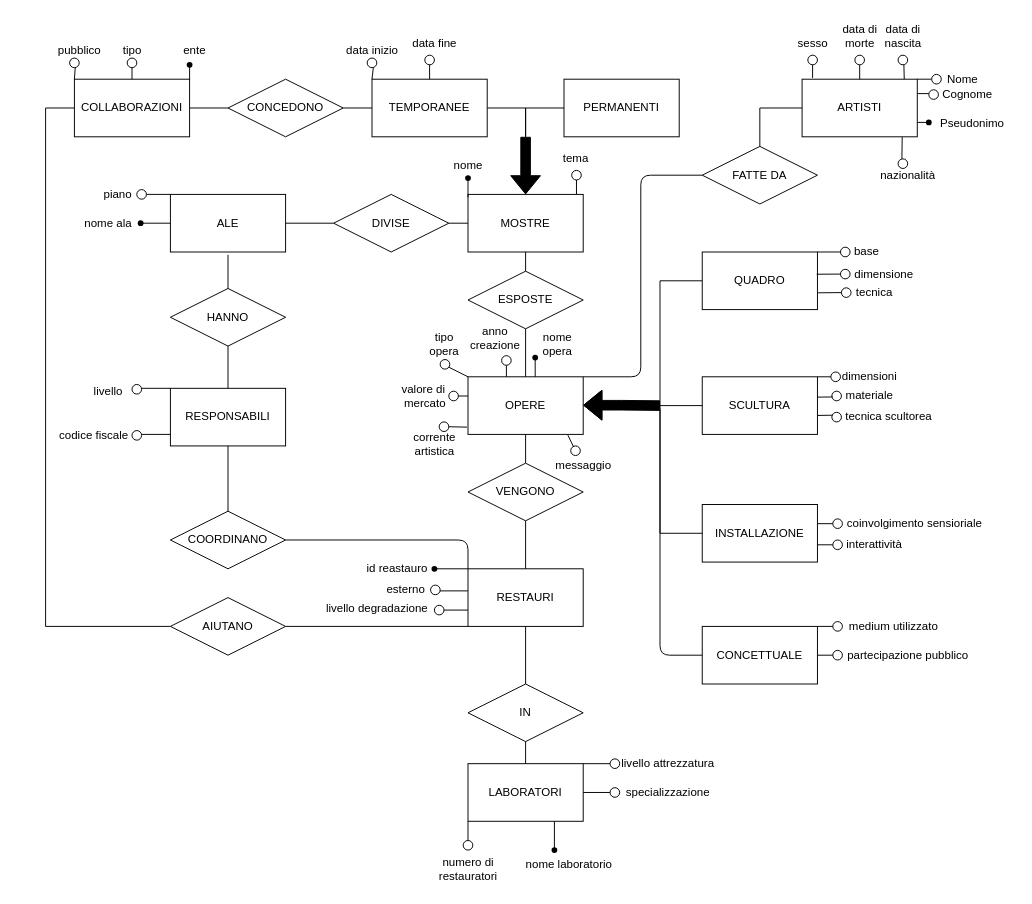
Before: Museo.drawio in ColdBerri/Database-Unipd-2025, a draw.io diagram. Source tidied: cells renumbered, new cells numbered last; positions are measured from the earlier drawing's top-left corner, leaving out a move shared by most shapes. Both pictures are drawn from the tidied source at 96%, with x=0, y=0 at pixel (45, 16).
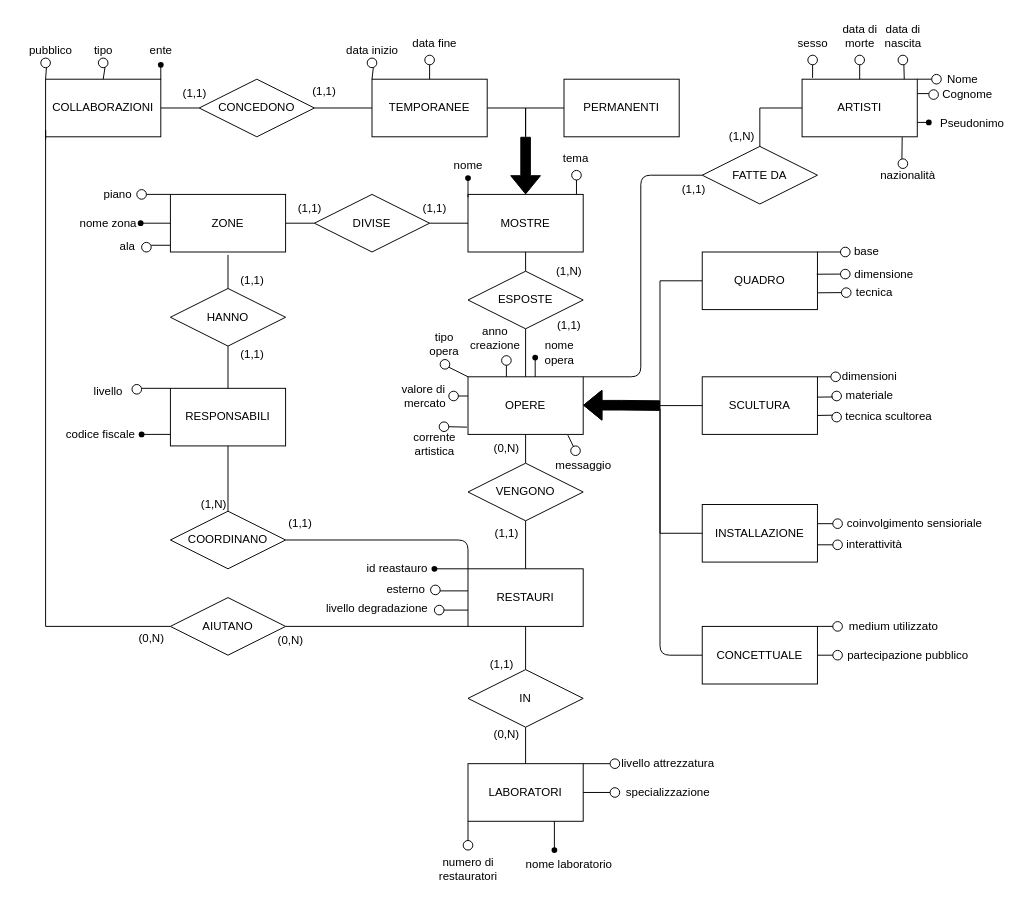
After the change.

The change refers to these unchanged cells:
```xml
<mxCell id="39" value="AIUTANO" style="rhombus;whiteSpace=wrap;html=1;" parent="1" vertex="1">
  <mxGeometry x="130" y="605" width="120" height="60" as="geometry" />
</mxCell>
```

Change to the diagram source:
```diff
@@
     <mxCell id="16" value="IN" style="rhombus;whiteSpace=wrap;html=1;" parent="1" vertex="1">
-      <mxGeometry x="440" y="695" width="120" height="60" as="geometry" />
+      <mxGeometry x="440" y="680" width="120" height="60" as="geometry" />
     </mxCell>
@@
     <mxCell id="20" value="CONCEDONO" style="rhombus;whiteSpace=wrap;html=1;" parent="1" vertex="1">
-      <mxGeometry x="190" y="65" width="120" height="60" as="geometry" />
+      <mxGeometry x="160" y="65" width="120" height="60" as="geometry" />
     </mxCell>
     <mxCell id="21" value="DIVISE" style="rhombus;whiteSpace=wrap;html=1;" parent="1" vertex="1">
-      <mxGeometry x="300" y="185" width="120" height="60" as="geometry" />
+      <mxGeometry x="280" y="185" width="120" height="60" as="geometry" />
     </mxCell>
@@
-    <mxCell id="34" value="ALE" style="rounded=0;whiteSpace=wrap;html=1;" parent="1" vertex="1">
+    <mxCell id="34" value="ZONE" style="rounded=0;whiteSpace=wrap;html=1;" parent="1" vertex="1">
       <mxGeometry x="130" y="185" width="120" height="60" as="geometry" />
     </mxCell>
@@
     <mxCell id="37" value="COLLABORAZIONI" style="rounded=0;whiteSpace=wrap;html=1;" parent="1" vertex="1">
-      <mxGeometry x="30" y="65" width="120" height="60" as="geometry" />
+      <mxGeometry y="65" width="120" height="60" as="geometry" />
     </mxCell>
-    <mxCell id="38" style="endArrow=none;html=1;rounded=0;entryX=0;entryY=0.5;entryDx=0;entryDy=0;exitX=0;exitY=0.5;exitDx=0;exitDy=0;" parent="1" edge="1" source="39" target="37">
+    <mxCell id="38" style="endArrow=none;html=1;rounded=0;exitX=0;exitY=0.5;exitDx=0;exitDy=0;" parent="1" edge="1" source="39">
       <mxGeometry relative="1" as="geometry">
+        <mxPoint y="128" as="targetPoint" />
         <Array as="points">
           <mxPoint y="635" />
-          <mxPoint y="95" />
+          <mxPoint y="118" />
         </Array>
       </mxGeometry>
     </mxCell>
@@
     <mxCell id="55" value="nome&lt;br&gt;opera" style="text;html=1;align=center;verticalAlign=middle;strokeColor=none;fillColor=none;" parent="1" vertex="1">
-      <mxGeometry x="508" y="321" width="50" height="40" as="geometry" />
+      <mxGeometry x="510" y="330" width="50" height="40" as="geometry" />
     </mxCell>
@@
     <mxCell id="137" style="endArrow=none;html=1;exitX=1;exitY=0;exitDx=0;exitDy=0;" parent="1" edge="1" source="37">
       <mxGeometry relative="1" as="geometry">
-        <mxPoint x="150" y="48" as="targetPoint" />
+        <mxPoint x="120" y="48" as="targetPoint" />
       </mxGeometry>
     </mxCell>
     <mxCell id="138" style="shape=waypoint;sketch=0;fillStyle=solid;size=6;fillColor=none;perimeter=centerPerimeter;" parent="1" vertex="1">
-      <mxGeometry x="140" y="40" width="20" height="20" as="geometry" />
+      <mxGeometry x="110" y="40" width="20" height="20" as="geometry" />
     </mxCell>
     <mxCell id="139" value="ente" style="text;html=1;align=center;verticalAlign=middle;strokeColor=none;fillColor=none;" parent="1" vertex="1">
-      <mxGeometry x="130" y="20" width="50" height="30" as="geometry" />
+      <mxGeometry x="95" y="20" width="50" height="30" as="geometry" />
     </mxCell>
@@
     <mxCell id="141" style="endArrow=none;html=1;entryX=0.5;entryY=0;entryDx=0;entryDy=0;" parent="1" edge="1" target="142">
       <mxGeometry relative="1" as="geometry">
-        <mxPoint x="90" y="48" as="sourcePoint" />
+        <mxPoint x="60" y="48" as="sourcePoint" />
       </mxGeometry>
     </mxCell>
     <mxCell id="142" style="ellipse;whiteSpace=wrap;html=1;" parent="1" vertex="1">
-      <mxGeometry x="85" y="43" width="10" height="10" as="geometry" />
+      <mxGeometry x="55" y="43" width="10" height="10" as="geometry" />
     </mxCell>
     <mxCell id="143" value="tipo" style="text;html=1;align=center;verticalAlign=middle;strokeColor=none;fillColor=none;" parent="1" vertex="1">
-      <mxGeometry x="70" y="20" width="40" height="30" as="geometry" />
+      <mxGeometry x="40" y="20" width="40" height="30" as="geometry" />
     </mxCell>
@@
     <mxCell id="145" style="endArrow=none;html=1;entryX=0;entryY=0;entryDx=0;entryDy=0;" parent="1" edge="1" target="146">
       <mxGeometry relative="1" as="geometry">
-        <mxPoint x="30" y="48" as="sourcePoint" />
+        <mxPoint y="48" as="sourcePoint" />
       </mxGeometry>
     </mxCell>
     <mxCell id="146" style="ellipse;whiteSpace=wrap;html=1;" parent="1" vertex="1">
-      <mxGeometry x="25" y="43" width="10" height="10" as="geometry" />
+      <mxGeometry x="-5" y="43" width="10" height="10" as="geometry" />
     </mxCell>
     <mxCell id="147" value="pubblico" style="text;html=1;align=center;verticalAlign=middle;strokeColor=none;fillColor=none;" parent="1" vertex="1">
-      <mxGeometry y="20" width="70" height="30" as="geometry" />
+      <mxGeometry x="-30" y="20" width="70" height="30" as="geometry" />
     </mxCell>
@@
-    <mxCell id="152" value="nome ala" style="text;html=1;align=center;verticalAlign=middle;strokeColor=none;fillColor=none;" parent="1" vertex="1">
-      <mxGeometry x="30" y="200" width="70" height="30" as="geometry" />
+    <mxCell id="152" value="nome zona" style="text;html=1;align=center;verticalAlign=middle;strokeColor=none;fillColor=none;" parent="1" vertex="1">
+      <mxGeometry x="25" y="200" width="80" height="30" as="geometry" />
     </mxCell>
@@
-    <mxCell id="160" style="endArrow=none;html=1;entryX=0;entryY=0;entryDx=0;entryDy=0;" parent="1" edge="1">
+    <mxCell id="160" style="endArrow=none;html=1;entryX=0;entryY=0;entryDx=0;entryDy=0;" parent="1" edge="1" source="188">
       <mxGeometry relative="1" as="geometry">
-        <mxPoint x="100" y="435" as="sourcePoint" />
         <mxPoint x="130" y="435" as="targetPoint" />
       </mxGeometry>
     </mxCell>
-    <mxCell id="161" style="ellipse;whiteSpace=wrap;html=1;" parent="1" vertex="1">
-      <mxGeometry x="90" y="431" width="10" height="10" as="geometry" />
-    </mxCell>
     <mxCell id="162" value="codice fiscale" style="text;html=1;align=center;verticalAlign=middle;strokeColor=none;fillColor=none;" parent="1" vertex="1">
-      <mxGeometry y="421" width="100" height="30" as="geometry" />
+      <mxGeometry x="7" y="420" width="100" height="30" as="geometry" />
     </mxCell>
@@
+    <mxCell id="188" style="shape=waypoint;sketch=0;fillStyle=solid;size=6;points=[];fillColor=none;perimeter=centerPerimeter;snapToPoint=1;" parent="1" vertex="1">
+      <mxGeometry x="90" y="425" width="20" height="20" as="geometry" />
+    </mxCell>
+    <mxCell id="189" value="(0,N)" style="text;html=1;align=center;verticalAlign=middle;strokeColor=none;fillColor=none;" parent="1" vertex="1">
+      <mxGeometry x="455" y="435" width="50" height="30" as="geometry" />
+    </mxCell>
+    <mxCell id="190" value="(1,1)" style="text;html=1;align=center;verticalAlign=middle;strokeColor=none;fillColor=none;" parent="1" vertex="1">
+      <mxGeometry x="455" y="523" width="50" height="30" as="geometry" />
+    </mxCell>
+    <mxCell id="191" value="(1,1)" style="text;html=1;align=center;verticalAlign=middle;strokeColor=none;fillColor=none;" parent="1" vertex="1">
+      <mxGeometry x="450" y="660" width="50" height="30" as="geometry" />
+    </mxCell>
+    <mxCell id="192" value="(0,N)" style="text;html=1;align=center;verticalAlign=middle;strokeColor=none;fillColor=none;" parent="1" vertex="1">
+      <mxGeometry x="455" y="733" width="50" height="30" as="geometry" />
+    </mxCell>
+    <mxCell id="193" value="(0,N)" style="text;html=1;align=center;verticalAlign=middle;strokeColor=none;fillColor=none;" parent="1" vertex="1">
+      <mxGeometry x="230" y="635" width="50" height="30" as="geometry" />
+    </mxCell>
+    <mxCell id="194" value="(0,N)" style="text;html=1;align=center;verticalAlign=middle;strokeColor=none;fillColor=none;" parent="1" vertex="1">
+      <mxGeometry x="85" y="633" width="50" height="30" as="geometry" />
+    </mxCell>
+    <mxCell id="195" value="(1,1)" style="text;html=1;align=center;verticalAlign=middle;strokeColor=none;fillColor=none;" parent="1" vertex="1">
+      <mxGeometry x="240" y="513" width="50" height="30" as="geometry" />
+    </mxCell>
+    <mxCell id="196" value="(1,N)" style="text;html=1;align=center;verticalAlign=middle;strokeColor=none;fillColor=none;" parent="1" vertex="1">
+      <mxGeometry x="150" y="493" width="50" height="30" as="geometry" />
+    </mxCell>
+    <mxCell id="197" value="(1,1)" style="text;html=1;align=center;verticalAlign=middle;strokeColor=none;fillColor=none;" parent="1" vertex="1">
+      <mxGeometry x="190" y="260" width="50" height="30" as="geometry" />
+    </mxCell>
+    <mxCell id="198" value="(1,1)" style="text;html=1;align=center;verticalAlign=middle;strokeColor=none;fillColor=none;" parent="1" vertex="1">
+      <mxGeometry x="190" y="337" width="50" height="30" as="geometry" />
+    </mxCell>
+    <mxCell id="199" value="(1,1)" style="text;html=1;align=center;verticalAlign=middle;strokeColor=none;fillColor=none;" parent="1" vertex="1">
+      <mxGeometry x="250" y="185" width="50" height="30" as="geometry" />
+    </mxCell>
+    <mxCell id="200" style="endArrow=none;html=1;" parent="1" edge="1">
+      <mxGeometry relative="1" as="geometry">
+        <mxPoint x="110" y="238" as="sourcePoint" />
+        <mxPoint x="130" y="238" as="targetPoint" />
+      </mxGeometry>
+    </mxCell>
+    <mxCell id="201" style="ellipse;whiteSpace=wrap;html=1;" parent="1" vertex="1">
+      <mxGeometry x="100" y="235" width="10" height="10" as="geometry" />
+    </mxCell>
+    <mxCell id="202" value="ala" style="text;html=1;align=center;verticalAlign=middle;strokeColor=none;fillColor=none;" parent="1" vertex="1">
+      <mxGeometry x="65" y="224.3" width="40" height="30" as="geometry" />
+    </mxCell>
+    <mxCell id="203" value="(1,1)" style="text;html=1;align=center;verticalAlign=middle;strokeColor=none;fillColor=none;" parent="1" vertex="1">
+      <mxGeometry x="380" y="185" width="50" height="30" as="geometry" />
+    </mxCell>
+    <mxCell id="204" value="(1,1)" style="text;html=1;align=center;verticalAlign=middle;strokeColor=none;fillColor=none;" parent="1" vertex="1">
+      <mxGeometry x="130" y="65" width="50" height="30" as="geometry" />
+    </mxCell>
+    <mxCell id="205" value="(1,1)" style="text;html=1;align=center;verticalAlign=middle;strokeColor=none;fillColor=none;" parent="1" vertex="1">
+      <mxGeometry x="265" y="63" width="50" height="30" as="geometry" />
+    </mxCell>
+    <mxCell id="206" value="(1,N)" style="text;html=1;align=center;verticalAlign=middle;strokeColor=none;fillColor=none;" parent="1" vertex="1">
+      <mxGeometry x="520" y="250" width="50" height="30" as="geometry" />
+    </mxCell>
+    <mxCell id="207" value="(1,1)" style="text;html=1;align=center;verticalAlign=middle;strokeColor=none;fillColor=none;" parent="1" vertex="1">
+      <mxGeometry x="520" y="307" width="50" height="30" as="geometry" />
+    </mxCell>
+    <mxCell id="208" value="(1,N)" style="text;html=1;align=center;verticalAlign=middle;strokeColor=none;fillColor=none;" parent="1" vertex="1">
+      <mxGeometry x="700" y="110" width="50" height="30" as="geometry" />
+    </mxCell>
+    <mxCell id="209" value="(1,1)" style="text;html=1;align=center;verticalAlign=middle;strokeColor=none;fillColor=none;" parent="1" vertex="1">
+      <mxGeometry x="650" y="165" width="50" height="30" as="geometry" />
+    </mxCell>
```
